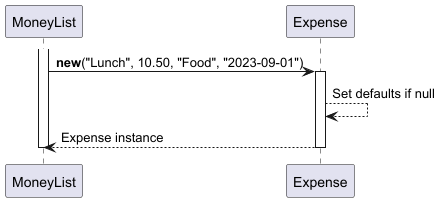
Earlier version of the PlantUML export docs/diagrams/Expense_Seq.png (EdwinTun98/tp).
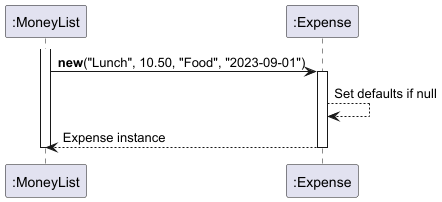
The same file after the commit.

Diff of the diagram source:
```diff
@@ -1,6 +1,6 @@
 @startuml Expense_Creation
-participant MoneyList
-participant Expense
+participant MoneyList as ":MoneyList"
+participant Expense as ":Expense"
 
 activate MoneyList
 MoneyList -> Expense : **new**("Lunch", 10.50, "Food", "2023-09-01")
```
